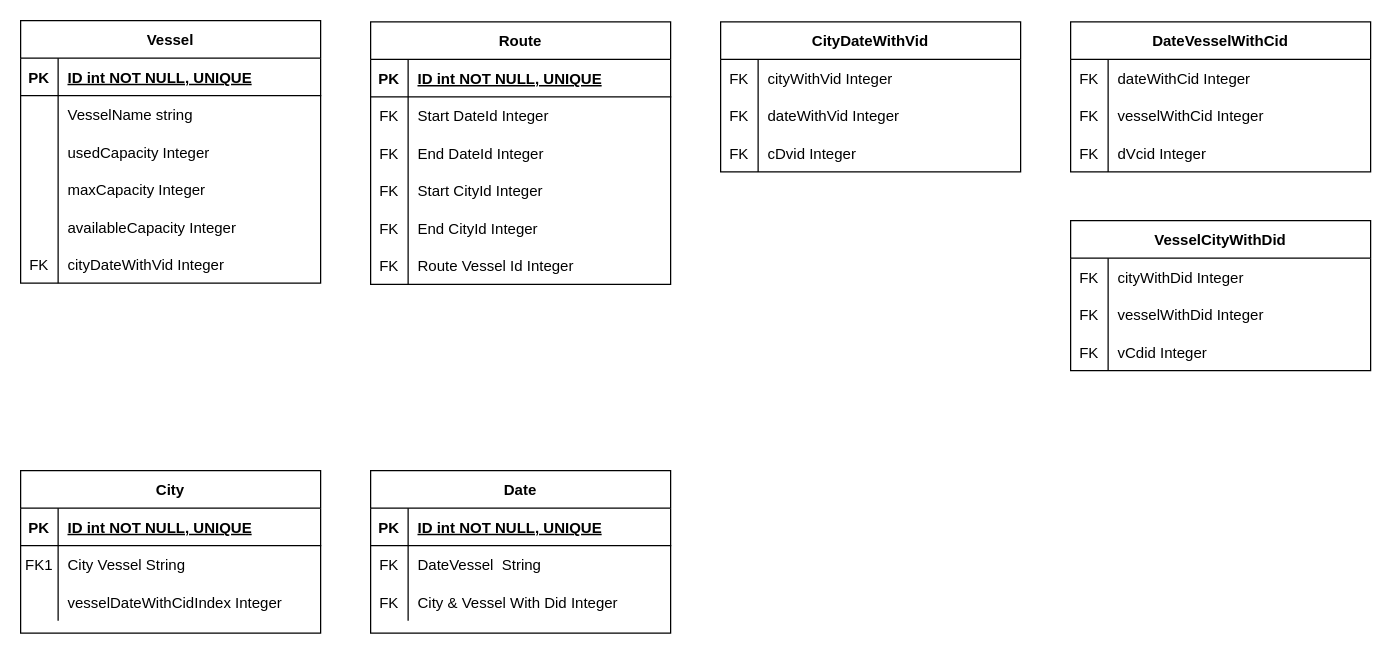
jmsaRuc/sofdevporjekt keeps this draw.io diagram as drawIo/erDiagramTables.drawio. Above is the earlier version. Source tidied: cells renumbered, new cells numbered last; positions are measured from the earlier drawing's top-left corner, leaving out a move shared by most shapes. Both pictures are drawn from the tidied source at 125%, with x=0, y=0 at pixel (20, 20).
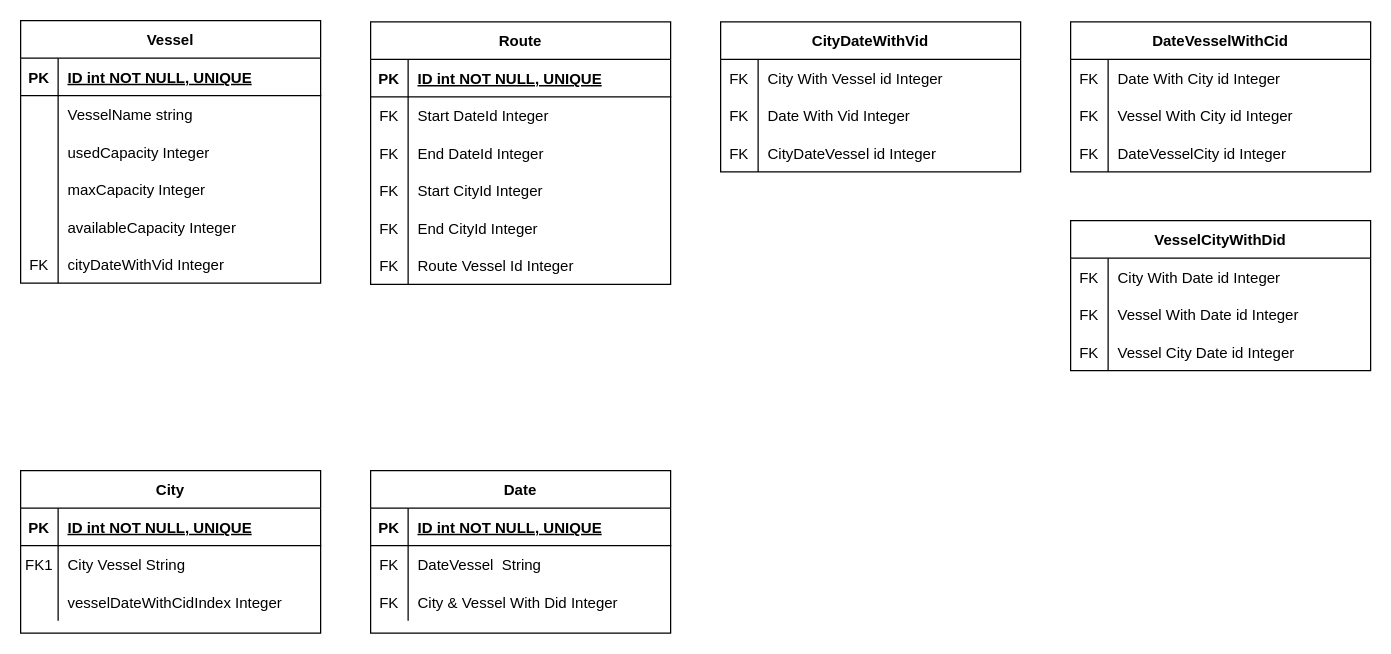
Above is the later version.

The change refers to these unchanged cells:
```xml
<mxCell id="61" style="shape=partialRectangle;fillColor=none;top=0;left=0;right=0;bottom=0;" parent="60" vertex="1">
  <mxGeometry y="30" width="240" height="30" as="geometry" />
</mxCell>
<mxCell id="64" style="shape=partialRectangle;fillColor=none;top=0;left=0;right=0;bottom=0;" parent="60" vertex="1">
  <mxGeometry y="60" width="240" height="30" as="geometry" />
</mxCell>
<mxCell id="67" style="shape=partialRectangle;fillColor=none;top=0;left=0;right=0;bottom=0;" parent="60" vertex="1">
  <mxGeometry y="90" width="240" height="30" as="geometry" />
</mxCell>
<mxCell id="71" style="shape=partialRectangle;fillColor=none;top=0;left=0;right=0;bottom=0;" parent="70" vertex="1">
  <mxGeometry y="30" width="240" height="30" as="geometry" />
</mxCell>
<mxCell id="74" style="shape=partialRectangle;fillColor=none;top=0;left=0;right=0;bottom=0;" parent="70" vertex="1">
  <mxGeometry y="60" width="240" height="30" as="geometry" />
</mxCell>
<mxCell id="77" style="shape=partialRectangle;fillColor=none;top=0;left=0;right=0;bottom=0;" parent="70" vertex="1">
  <mxGeometry y="90" width="240" height="30" as="geometry" />
</mxCell>
<mxCell id="81" style="shape=partialRectangle;fillColor=none;top=0;left=0;right=0;bottom=0;" parent="80" vertex="1">
  <mxGeometry y="30" width="240" height="30" as="geometry" />
</mxCell>
<mxCell id="84" style="shape=partialRectangle;fillColor=none;top=0;left=0;right=0;bottom=0;" parent="80" vertex="1">
  <mxGeometry y="60" width="240" height="30" as="geometry" />
</mxCell>
<mxCell id="87" style="shape=partialRectangle;fillColor=none;top=0;left=0;right=0;bottom=0;" parent="80" vertex="1">
  <mxGeometry y="90" width="240" height="30" as="geometry" />
</mxCell>
```

Change to the diagram source:
```diff
@@
-    <mxCell id="63" value="cityWithVid Integer" style="shape=partialRectangle;overflow=hidden;fillColor=none;top=0;left=0;bottom=0;right=0;align=left;spacingLeft=6;" parent="61" vertex="1">
+    <mxCell id="63" value="City With Vessel id Integer" style="shape=partialRectangle;overflow=hidden;fillColor=none;top=0;left=0;bottom=0;right=0;align=left;spacingLeft=6;" parent="61" vertex="1">
       <mxGeometry x="30" width="210" height="30" as="geometry" />
     </mxCell>
@@
-    <mxCell id="66" value="dateWithVid Integer" style="shape=partialRectangle;overflow=hidden;fillColor=none;top=0;left=0;bottom=0;right=0;align=left;spacingLeft=6;" parent="64" vertex="1">
+    <mxCell id="66" value="Date With Vid Integer" style="shape=partialRectangle;overflow=hidden;fillColor=none;top=0;left=0;bottom=0;right=0;align=left;spacingLeft=6;" parent="64" vertex="1">
       <mxGeometry x="30" width="210" height="30" as="geometry" />
     </mxCell>
@@
-    <mxCell id="69" value="cDvid Integer" style="shape=partialRectangle;overflow=hidden;fillColor=none;top=0;left=0;bottom=0;right=0;align=left;spacingLeft=6;" parent="67" vertex="1">
+    <mxCell id="69" value="CityDateVessel id Integer" style="shape=partialRectangle;overflow=hidden;fillColor=none;top=0;left=0;bottom=0;right=0;align=left;spacingLeft=6;" parent="67" vertex="1">
       <mxGeometry x="30" width="210" height="30" as="geometry" />
     </mxCell>
@@
-    <mxCell id="73" value="dateWithCid Integer" style="shape=partialRectangle;overflow=hidden;fillColor=none;top=0;left=0;bottom=0;right=0;align=left;spacingLeft=6;" parent="71" vertex="1">
+    <mxCell id="73" value="Date With City id Integer" style="shape=partialRectangle;overflow=hidden;fillColor=none;top=0;left=0;bottom=0;right=0;align=left;spacingLeft=6;" parent="71" vertex="1">
       <mxGeometry x="30" width="210" height="30" as="geometry" />
     </mxCell>
@@
-    <mxCell id="76" value="vesselWithCid Integer" style="shape=partialRectangle;overflow=hidden;fillColor=none;top=0;left=0;bottom=0;right=0;align=left;spacingLeft=6;" parent="74" vertex="1">
+    <mxCell id="76" value="Vessel With City id Integer" style="shape=partialRectangle;overflow=hidden;fillColor=none;top=0;left=0;bottom=0;right=0;align=left;spacingLeft=6;" parent="74" vertex="1">
       <mxGeometry x="30" width="210" height="30" as="geometry" />
     </mxCell>
@@
-    <mxCell id="79" value="dVcid Integer" style="shape=partialRectangle;overflow=hidden;fillColor=none;top=0;left=0;bottom=0;right=0;align=left;spacingLeft=6;" parent="77" vertex="1">
+    <mxCell id="79" value="DateVesselCity id Integer" style="shape=partialRectangle;overflow=hidden;fillColor=none;top=0;left=0;bottom=0;right=0;align=left;spacingLeft=6;" parent="77" vertex="1">
       <mxGeometry x="30" width="210" height="30" as="geometry" />
     </mxCell>
@@
-    <mxCell id="83" value="cityWithDid Integer" style="shape=partialRectangle;overflow=hidden;fillColor=none;top=0;left=0;bottom=0;right=0;align=left;spacingLeft=6;" parent="81" vertex="1">
+    <mxCell id="83" value="City With Date id Integer" style="shape=partialRectangle;overflow=hidden;fillColor=none;top=0;left=0;bottom=0;right=0;align=left;spacingLeft=6;" parent="81" vertex="1">
       <mxGeometry x="30" width="210" height="30" as="geometry" />
     </mxCell>
@@
-    <mxCell id="86" value="vesselWithDid Integer" style="shape=partialRectangle;overflow=hidden;fillColor=none;top=0;left=0;bottom=0;right=0;align=left;spacingLeft=6;" parent="84" vertex="1">
+    <mxCell id="86" value="Vessel With Date id Integer" style="shape=partialRectangle;overflow=hidden;fillColor=none;top=0;left=0;bottom=0;right=0;align=left;spacingLeft=6;" parent="84" vertex="1">
       <mxGeometry x="30" width="210" height="30" as="geometry" />
     </mxCell>
@@
-    <mxCell id="89" value="vCdid Integer" style="shape=partialRectangle;overflow=hidden;fillColor=none;top=0;left=0;bottom=0;right=0;align=left;spacingLeft=6;" parent="87" vertex="1">
+    <mxCell id="89" value="Vessel City Date id Integer" style="shape=partialRectangle;overflow=hidden;fillColor=none;top=0;left=0;bottom=0;right=0;align=left;spacingLeft=6;" parent="87" vertex="1">
       <mxGeometry x="30" width="210" height="30" as="geometry" />
     </mxCell>
```
